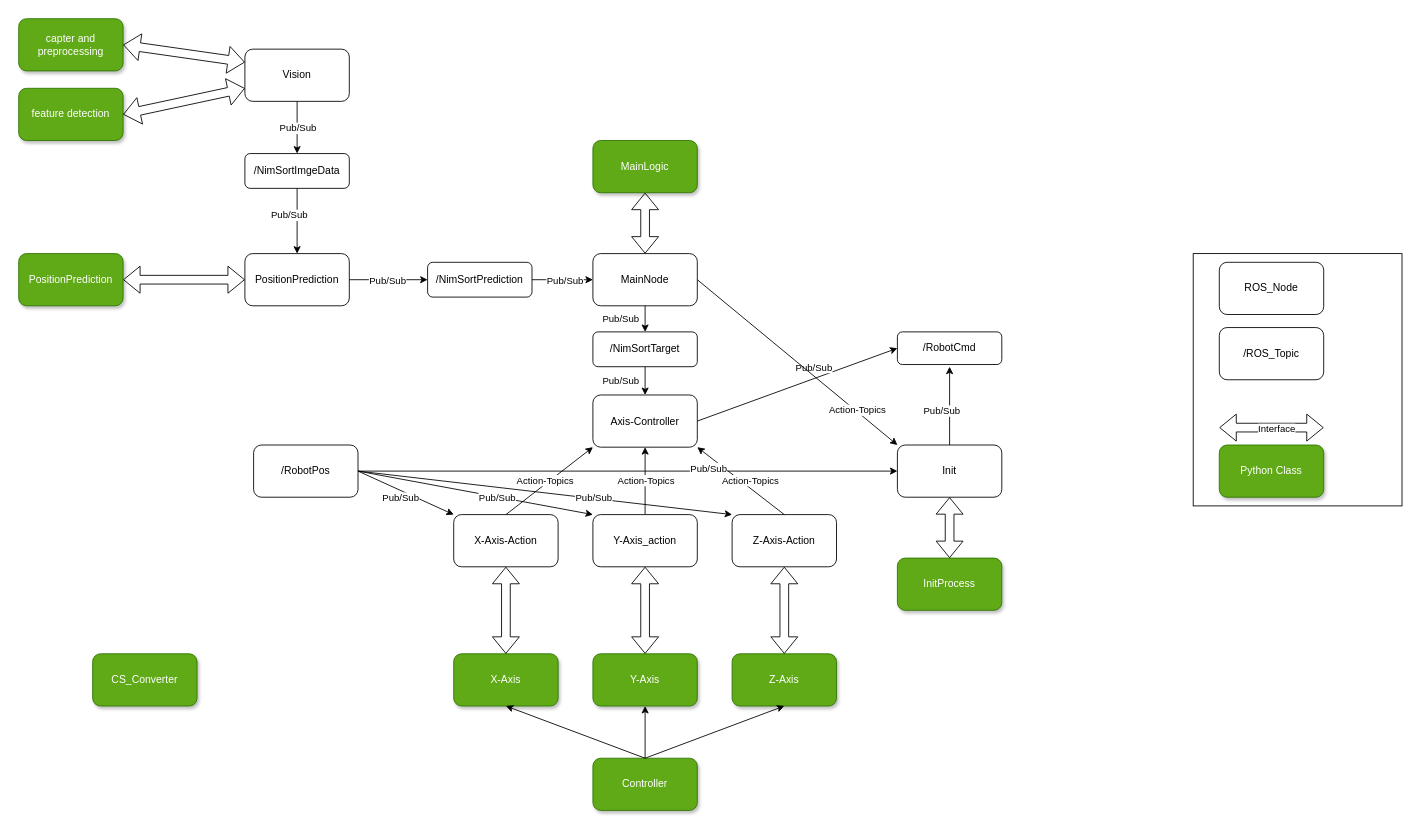
Above: misc/arch.drawio in derlole/NimSort42 (draw.io), before the change. Source tidied: cells renumbered, new cells numbered last; positions are measured from the earlier drawing's top-left corner, leaving out a move shared by most shapes. Both pictures are drawn from the tidied source at 87%, with x=0, y=0 at pixel (18, 18).
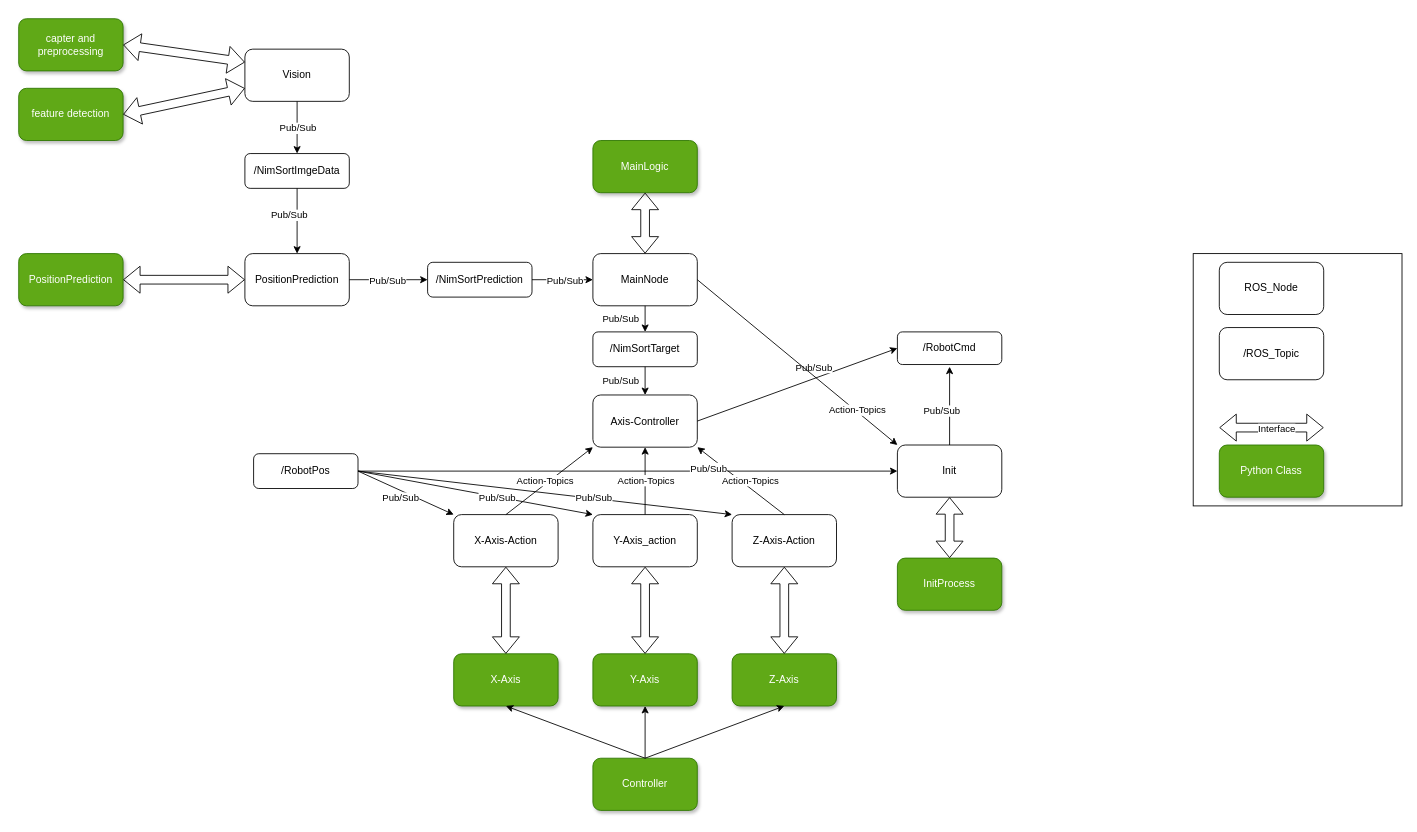
The same diagram, later.

The edit, as a diff of the source:
```diff
@@
-    <mxCell id="9" value="CS_Converter" style="rounded=1;whiteSpace=wrap;html=1;shadow=1;fillColor=#60a917;fontColor=#ffffff;strokeColor=#2D7600;" parent="1" vertex="1">
-      <mxGeometry x="85" y="730" width="120" height="60" as="geometry" />
-    </mxCell>
@@
     <mxCell id="16" value="/RobotPos" style="rounded=1;whiteSpace=wrap;html=1;fillColor=light-dark(#FFFFFF,#FF3399);shadow=0;strokeColor=light-dark(#000000,#FFFF66);" parent="1" vertex="1">
-      <mxGeometry x="270" y="490" width="120" height="60" as="geometry" />
+      <mxGeometry x="270" y="500" width="120" height="40" as="geometry" />
     </mxCell>
```
